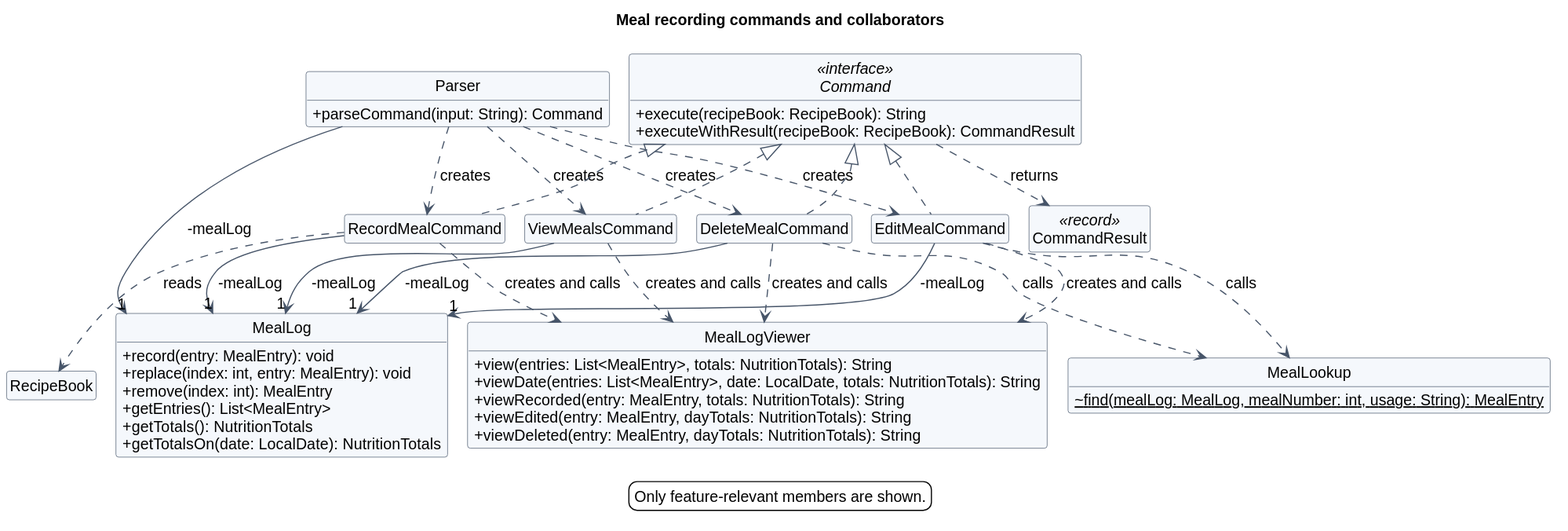
The PlantUML diagram docs/images/record-meal/classes.svg in Rixte/tp, before a commit.
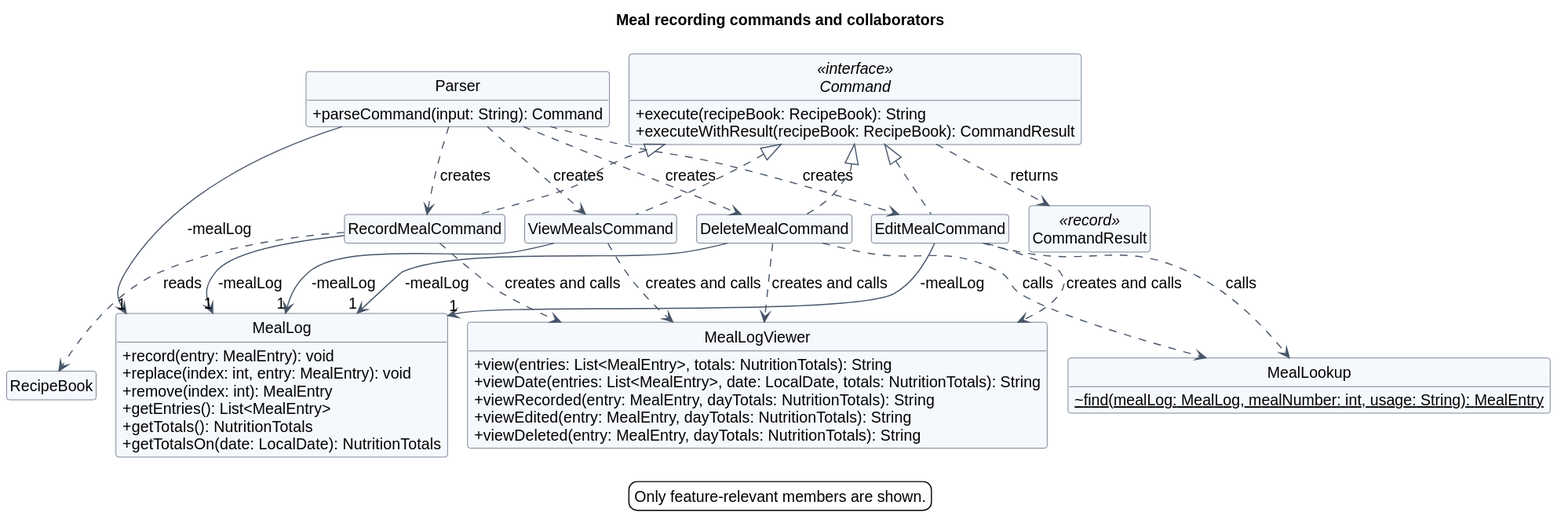
After the commit.

Change to the diagram source:
```diff
@@ -33,7 +33,7 @@
 class MealLogViewer {
   + view(entries: List<MealEntry>, totals: NutritionTotals): String
   + viewDate(entries: List<MealEntry>, date: LocalDate, totals: NutritionTotals): String
-  + viewRecorded(entry: MealEntry, totals: NutritionTotals): String
+  + viewRecorded(entry: MealEntry, dayTotals: NutritionTotals): String
   + viewEdited(entry: MealEntry, dayTotals: NutritionTotals): String
   + viewDeleted(entry: MealEntry, dayTotals: NutritionTotals): String
 }
```
